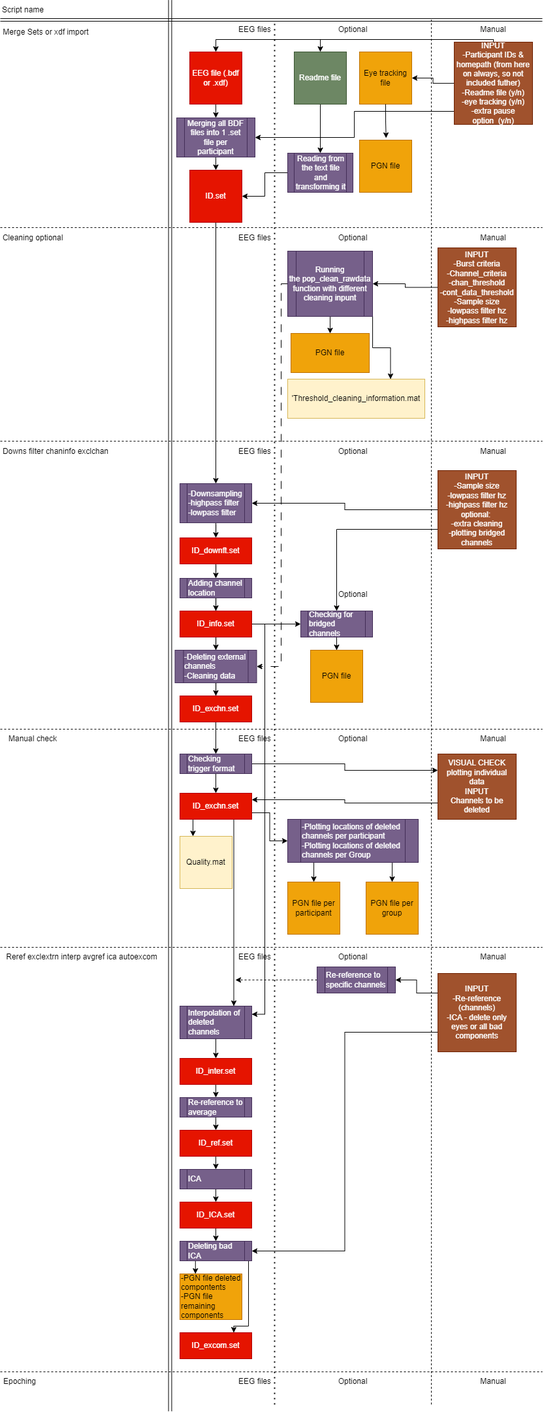
This is images/Procesflow.png from DouweHorsthuis/EEG_to_ERP_pipeline_stats_R, a draw.io export, as it was before one commit. Source tidied: cells renumbered, new cells last; positions are measured from the earlier drawing's top-left corner, leaving out a move shared by most shapes.
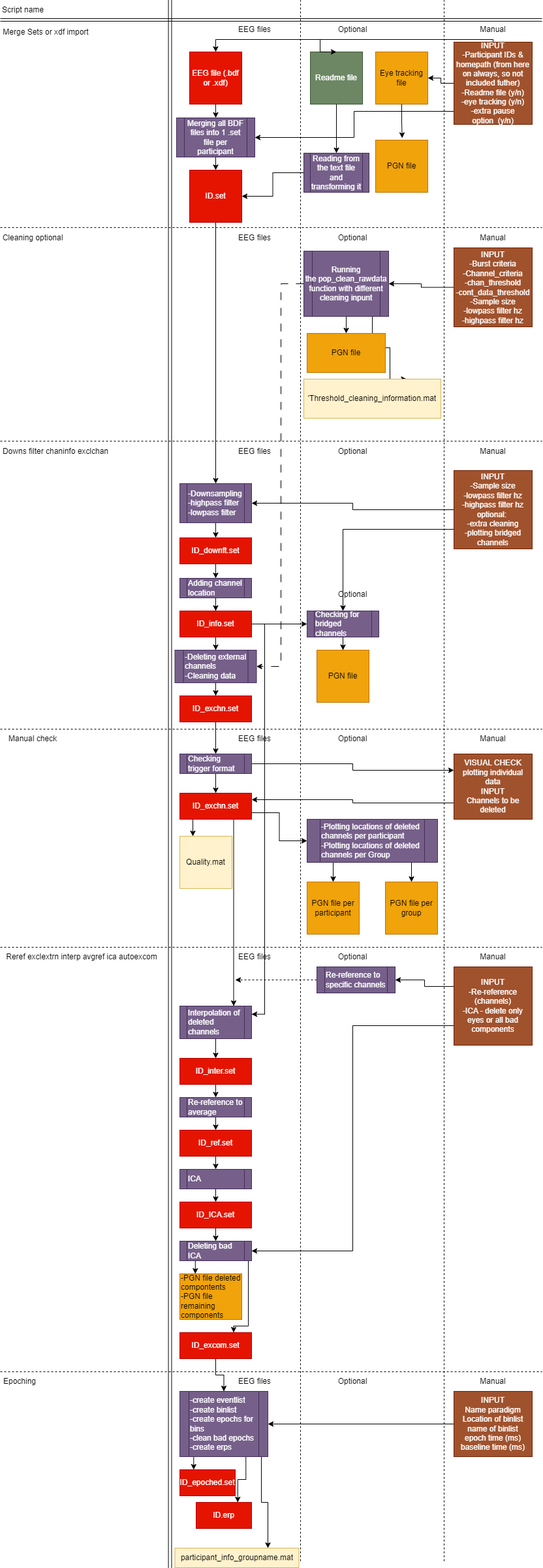
After the change.

Commit message:
ERP process full flow

The edit, as a diff of the source:
```diff
@@ -6,7 +6,7 @@
       <mxGeometry relative="1" as="geometry" />
     </mxCell>
     <mxCell id="3" value="Readme file" style="whiteSpace=wrap;html=1;fillColor=#6d8764;strokeColor=#3A5431;fontColor=#ffffff;" parent="1" vertex="1">
-      <mxGeometry x="450" y="79" width="80" height="80" as="geometry" />
+      <mxGeometry x="475" y="79" width="80" height="80" as="geometry" />
     </mxCell>
     <mxCell id="4" style="edgeStyle=orthogonalEdgeStyle;rounded=0;jettySize=auto;html=1;exitX=0.5;exitY=1;exitDx=0;exitDy=0;entryX=0.5;entryY=0;entryDx=0;entryDy=0;" parent="1" edge="1" source="5" target="19">
       <mxGeometry relative="1" as="geometry" />
@@ -23,7 +23,7 @@
     <mxCell id="8" style="shape=link;html=1;rounded=0;width=4.857142857142858;" parent="1" edge="1">
       <mxGeometry relative="1" as="geometry">
         <mxPoint x="260" as="sourcePoint" />
-        <mxPoint x="260" y="2160" as="targetPoint" />
+        <mxPoint x="260" y="2400" as="targetPoint" />
       </mxGeometry>
     </mxCell>
     <mxCell id="9" style="shape=link;html=1;rounded=0;" parent="1" edge="1">
@@ -33,7 +33,7 @@
       </mxGeometry>
     </mxCell>
     <mxCell id="10" value="Eye tracking file" style="whiteSpace=wrap;html=1;fillColor=#f0a30a;fontColor=#000000;strokeColor=#BD7000;" parent="1" vertex="1">
-      <mxGeometry x="550" y="79" width="80" height="80" as="geometry" />
+      <mxGeometry x="575" y="79" width="80" height="80" as="geometry" />
     </mxCell>
     <mxCell id="11" value="Optional" style="text;html=1;align=center;verticalAlign=middle;whiteSpace=wrap;rounded=0;" parent="1" vertex="1">
       <mxGeometry x="510" y="30" width="60" height="30" as="geometry" />
@@ -45,7 +45,7 @@
       <mxGeometry x="290" y="260" width="80" height="80" as="geometry" />
     </mxCell>
     <mxCell id="14" value="PGN file" style="whiteSpace=wrap;html=1;fillColor=#f0a30a;fontColor=#000000;strokeColor=#BD7000;" parent="1" vertex="1">
-      <mxGeometry x="550" y="214" width="80" height="80" as="geometry" />
+      <mxGeometry x="575" y="214" width="80" height="80" as="geometry" />
     </mxCell>
     <mxCell id="15" style="edgeStyle=orthogonalEdgeStyle;rounded=0;jettySize=auto;html=1;exitX=0.5;exitY=1;exitDx=0;exitDy=0;entryX=0.509;entryY=-0.039;entryDx=0;entryDy=0;entryPerimeter=0;" parent="1" edge="1" source="10" target="14">
       <mxGeometry relative="1" as="geometry" />
@@ -69,14 +69,8 @@
       <mxGeometry relative="1" as="geometry" />
     </mxCell>
     <mxCell id="21" value="&lt;div&gt;Reading from the text file and transforming it&lt;/div&gt;" style="shape=process;whiteSpace=wrap;html=1;backgroundOutline=1;fillColor=#76608a;fontColor=#ffffff;strokeColor=#432D57;" parent="1" vertex="1">
-      <mxGeometry x="440" y="234" width="100" height="60" as="geometry" />
+      <mxGeometry x="465" y="234" width="100" height="60" as="geometry" />
     </mxCell>
-    <mxCell id="22" style="endArrow=none;dashed=1;html=1;dashPattern=1 3;strokeWidth=2;rounded=0;" parent="1" edge="1">
-      <mxGeometry relative="1" as="geometry">
-        <mxPoint x="420" y="2150" as="sourcePoint" />
-        <mxPoint x="420" y="30" as="targetPoint" />
-      </mxGeometry>
-    </mxCell>
     <mxCell id="23" style="edgeStyle=orthogonalEdgeStyle;rounded=0;jettySize=auto;html=1;entryX=0.5;entryY=0;entryDx=0;entryDy=0;" parent="1" edge="1" source="24" target="26">
       <mxGeometry relative="1" as="geometry" />
     </mxCell>
@@ -96,7 +90,7 @@
       <mxGeometry relative="1" as="geometry" />
     </mxCell>
     <mxCell id="29" value="INPUT&lt;br&gt;-Sample size&lt;br&gt;-lowpass filter hz&lt;br&gt;-highpass filter hz&lt;br&gt;optional:&amp;nbsp;&lt;br&gt;-extra cleaning&lt;br&gt;-plotting bridged channels" style="rounded=0;whiteSpace=wrap;html=1;fillColor=#a0522d;fontColor=#ffffff;strokeColor=#6D1F00;" parent="1" vertex="1">
-      <mxGeometry x="670" y="720" width="120" height="120" as="geometry" />
+      <mxGeometry x="695" y="720" width="120" height="120" as="geometry" />
     </mxCell>
     <mxCell id="30" style="edgeStyle=orthogonalEdgeStyle;rounded=0;jettySize=auto;html=1;entryX=0.5;entryY=0;entryDx=0;entryDy=0;" parent="1" edge="1" source="31" target="35">
       <mxGeometry relative="1" as="geometry" />
@@ -125,19 +119,19 @@
       <mxGeometry relative="1" as="geometry" />
     </mxCell>
     <mxCell id="37" value="Checking for bridged channels" style="shape=process;whiteSpace=wrap;html=1;backgroundOutline=1;fillColor=#76608a;fontColor=#ffffff;strokeColor=#432D57;align=left;" parent="1" vertex="1">
-      <mxGeometry x="460" y="935" width="110" height="40" as="geometry" />
+      <mxGeometry x="470" y="935" width="110" height="40" as="geometry" />
     </mxCell>
     <mxCell id="38" value="Optional" style="text;html=1;align=center;verticalAlign=middle;whiteSpace=wrap;rounded=0;" parent="1" vertex="1">
       <mxGeometry x="510" y="895" width="60" height="30" as="geometry" />
     </mxCell>
     <mxCell id="39" style="endArrow=none;dashed=1;html=1;rounded=0;" parent="1" edge="1">
       <mxGeometry relative="1" as="geometry">
-        <mxPoint x="660" y="2150" as="sourcePoint" />
-        <mxPoint x="660" y="30" as="targetPoint" />
+        <mxPoint x="680" y="2390" as="sourcePoint" />
+        <mxPoint x="680" as="targetPoint" />
       </mxGeometry>
     </mxCell>
     <mxCell id="40" value="PGN file" style="whiteSpace=wrap;html=1;fillColor=#f0a30a;fontColor=#000000;strokeColor=#BD7000;" parent="1" vertex="1">
-      <mxGeometry x="475" y="995" width="80" height="80" as="geometry" />
+      <mxGeometry x="485" y="995" width="80" height="80" as="geometry" />
     </mxCell>
     <mxCell id="41" style="edgeStyle=orthogonalEdgeStyle;rounded=0;jettySize=auto;html=1;entryX=0.5;entryY=0;entryDx=0;entryDy=0;" parent="1" edge="1" source="42" target="44">
       <mxGeometry relative="1" as="geometry" />
@@ -181,13 +175,13 @@
       </mxGeometry>
     </mxCell>
     <mxCell id="50" value="Running the&amp;nbsp;pop_clean_rawdata function with different cleaning inpunt" style="shape=process;whiteSpace=wrap;html=1;backgroundOutline=1;fillColor=#76608a;fontColor=#ffffff;strokeColor=#432D57;" parent="1" vertex="1">
-      <mxGeometry x="440" y="384" width="130" height="100" as="geometry" />
+      <mxGeometry x="465" y="384" width="130" height="100" as="geometry" />
     </mxCell>
     <mxCell id="51" style="edgeStyle=orthogonalEdgeStyle;rounded=0;jettySize=auto;html=1;entryX=1;entryY=0.5;entryDx=0;entryDy=0;" parent="1" edge="1" source="52" target="50">
       <mxGeometry relative="1" as="geometry" />
     </mxCell>
     <mxCell id="52" value="INPUT&lt;br&gt;-Burst criteria&lt;br&gt;-Channel_criteria&lt;br&gt;-chan_threshold&lt;br&gt;-cont_data_threshold&lt;br&gt;-Sample size&lt;br style=&quot;border-color: var(--border-color);&quot;&gt;-lowpass filter hz&lt;br style=&quot;border-color: var(--border-color);&quot;&gt;-highpass filter hz" style="rounded=0;whiteSpace=wrap;html=1;fillColor=#a0522d;fontColor=#ffffff;strokeColor=#6D1F00;" parent="1" vertex="1">
-      <mxGeometry x="670" y="379" width="120" height="121" as="geometry" />
+      <mxGeometry x="695" y="379" width="120" height="121" as="geometry" />
     </mxCell>
     <mxCell id="53" style="endArrow=none;dashed=1;html=1;rounded=0;" parent="1" edge="1">
       <mxGeometry relative="1" as="geometry">
@@ -250,10 +244,10 @@
       <mxGeometry x="360" y="676" width="60" height="30" as="geometry" />
     </mxCell>
     <mxCell id="67" value="'Threshold_cleaning_information.mat" style="rounded=0;whiteSpace=wrap;html=1;fillColor=#fff2cc;strokeColor=#d6b656;" parent="1" vertex="1">
-      <mxGeometry x="440" y="580" width="210" height="60" as="geometry" />
+      <mxGeometry x="465" y="580" width="210" height="60" as="geometry" />
     </mxCell>
     <mxCell id="68" value="PGN file" style="rounded=0;whiteSpace=wrap;html=1;fillColor=#f0a30a;strokeColor=#BD7000;fontColor=#000000;" parent="1" vertex="1">
-      <mxGeometry x="445" y="510" width="120" height="60" as="geometry" />
+      <mxGeometry x="470" y="510" width="120" height="60" as="geometry" />
     </mxCell>
     <mxCell id="69" value="&lt;a href=&quot;https://github.com/DouweHorsthuis/EEG_to_ERP_pipeline_stats_R/wiki/C_manual_check&quot;&gt;Manual check&lt;/a&gt;" style="text;html=1;align=center;verticalAlign=middle;whiteSpace=wrap;rounded=0;" parent="1" vertex="1">
       <mxGeometry y="1116" width="100" height="30" as="geometry" />
@@ -271,7 +265,7 @@
       <mxGeometry relative="1" as="geometry" />
     </mxCell>
     <mxCell id="74" value="VISUAL CHECK&lt;br&gt;plotting individual data&lt;br&gt;INPUT&lt;br&gt;Channels to be deleted" style="rounded=0;whiteSpace=wrap;html=1;fillColor=#a0522d;fontColor=#ffffff;strokeColor=#6D1F00;" parent="1" vertex="1">
-      <mxGeometry x="670" y="1154" width="120" height="100" as="geometry" />
+      <mxGeometry x="695" y="1154" width="120" height="100" as="geometry" />
     </mxCell>
     <mxCell id="75" value="Optional" style="text;html=1;align=center;verticalAlign=middle;whiteSpace=wrap;rounded=0;" parent="1" vertex="1">
       <mxGeometry x="510" y="1116" width="60" height="30" as="geometry" />
@@ -301,16 +295,16 @@
       <mxGeometry relative="1" as="geometry" />
     </mxCell>
     <mxCell id="84" value="-Plotting locations of deleted channels per participant&lt;br&gt;-Plotting locations of deleted channels per Group" style="shape=process;whiteSpace=wrap;html=1;backgroundOutline=1;fillColor=#76608a;fontColor=#ffffff;strokeColor=#432D57;align=left;" parent="1" vertex="1">
-      <mxGeometry x="440" y="1254" width="200" height="66" as="geometry" />
+      <mxGeometry x="470" y="1254" width="200" height="66" as="geometry" />
     </mxCell>
     <mxCell id="85" value="Quality.mat" style="whiteSpace=wrap;html=1;fillColor=#fff2cc;strokeColor=#d6b656;" parent="1" vertex="1">
       <mxGeometry x="275" y="1280" width="80" height="80" as="geometry" />
     </mxCell>
     <mxCell id="86" value="PGN file per participant" style="whiteSpace=wrap;html=1;fillColor=#f0a30a;fontColor=#000000;strokeColor=#BD7000;" parent="1" vertex="1">
-      <mxGeometry x="440" y="1350" width="80" height="80" as="geometry" />
+      <mxGeometry x="470" y="1350" width="80" height="80" as="geometry" />
     </mxCell>
     <mxCell id="87" value="PGN file per group" style="whiteSpace=wrap;html=1;fillColor=#f0a30a;fontColor=#000000;strokeColor=#BD7000;" parent="1" vertex="1">
-      <mxGeometry x="560" y="1350" width="80" height="80" as="geometry" />
+      <mxGeometry x="590" y="1350" width="80" height="80" as="geometry" />
     </mxCell>
     <mxCell id="88" style="endArrow=none;dashed=1;html=1;rounded=0;" parent="1" edge="1">
       <mxGeometry relative="1" as="geometry">
@@ -345,7 +339,7 @@
       <mxGeometry relative="1" as="geometry" />
     </mxCell>
     <mxCell id="97" value="INPUT&lt;br&gt;-Re-reference (channels)&lt;br&gt;-ICA - delete only eyes or all bad components" style="rounded=0;whiteSpace=wrap;html=1;fillColor=#a0522d;fontColor=#ffffff;strokeColor=#6D1F00;" parent="1" vertex="1">
-      <mxGeometry x="670" y="1490" width="120" height="120" as="geometry" />
+      <mxGeometry x="695" y="1480" width="120" height="120" as="geometry" />
     </mxCell>
     <mxCell id="98" style="edgeStyle=orthogonalEdgeStyle;rounded=0;jettySize=auto;html=1;exitX=0.5;exitY=1;exitDx=0;exitDy=0;entryX=0.5;entryY=0;entryDx=0;entryDy=0;" parent="1" edge="1" source="99" target="101">
       <mxGeometry relative="1" as="geometry" />
@@ -400,6 +394,9 @@
     <mxCell id="113" value="-PGN file deleted compontents&lt;br&gt;-PGN file remaining components" style="whiteSpace=wrap;html=1;fillColor=#f0a30a;fontColor=#000000;strokeColor=#BD7000;align=left;" parent="1" vertex="1">
       <mxGeometry x="275" y="1950" width="95" height="70" as="geometry" />
     </mxCell>
+    <mxCell id="120" style="edgeStyle=orthogonalEdgeStyle;rounded=0;jettySize=auto;html=1;entryX=0.5;entryY=0;entryDx=0;entryDy=0;" parent="1" edge="1" source="114" target="127">
+      <mxGeometry relative="1" as="geometry" />
+    </mxCell>
     <mxCell id="114" value="ID_excom.set" style="whiteSpace=wrap;html=1;fillColor=#e51400;fontColor=#ffffff;strokeColor=#B20000;" parent="1" vertex="1">
       <mxGeometry x="275" y="2040" width="110" height="40" as="geometry" />
     </mxCell>
@@ -421,5 +418,44 @@
     <mxCell id="119" value="EEG files" style="text;html=1;align=center;verticalAlign=middle;whiteSpace=wrap;rounded=0;" parent="1" vertex="1">
       <mxGeometry x="360" y="2100" width="60" height="30" as="geometry" />
     </mxCell>
+    <mxCell id="121" style="endArrow=none;dashed=1;html=1;rounded=0;" parent="1" edge="1">
+      <mxGeometry relative="1" as="geometry">
+        <mxPoint x="460" y="2390" as="sourcePoint" />
+        <mxPoint x="460" as="targetPoint" />
+      </mxGeometry>
+    </mxCell>
+    <mxCell id="122" style="edgeStyle=orthogonalEdgeStyle;rounded=0;jettySize=auto;html=1;entryX=1;entryY=0.5;entryDx=0;entryDy=0;" parent="1" edge="1" source="123" target="127">
+      <mxGeometry relative="1" as="geometry" />
+    </mxCell>
+    <mxCell id="123" value="INPUT&lt;br&gt;Name paradigm&lt;br&gt;Location of binlist&lt;br&gt;name of binlist&lt;br&gt;epoch time (ms)&lt;br&gt;baseline time (ms)" style="rounded=0;whiteSpace=wrap;html=1;fillColor=#a0522d;fontColor=#ffffff;strokeColor=#6D1F00;" parent="1" vertex="1">
+      <mxGeometry x="695" y="2130" width="120" height="100" as="geometry" />
+    </mxCell>
+    <mxCell id="124" style="edgeStyle=orthogonalEdgeStyle;rounded=0;jettySize=auto;html=1;exitX=0.25;exitY=1;exitDx=0;exitDy=0;entryX=0.25;entryY=0;entryDx=0;entryDy=0;" parent="1" edge="1" source="127" target="128">
+      <mxGeometry relative="1" as="geometry" />
+    </mxCell>
+    <mxCell id="125" style="edgeStyle=orthogonalEdgeStyle;rounded=0;jettySize=auto;html=1;exitX=0.75;exitY=1;exitDx=0;exitDy=0;entryX=0.75;entryY=0;entryDx=0;entryDy=0;" parent="1" edge="1" source="127" target="129">
+      <mxGeometry relative="1" as="geometry" />
+    </mxCell>
+    <mxCell id="126" style="edgeStyle=orthogonalEdgeStyle;rounded=0;jettySize=auto;html=1;exitX=1;exitY=1;exitDx=0;exitDy=0;entryX=0.75;entryY=0;entryDx=0;entryDy=0;" parent="1" edge="1" source="127" target="130">
+      <mxGeometry relative="1" as="geometry">
+        <Array as="points">
+          <mxPoint x="400" y="2230" />
+          <mxPoint x="400" y="2300" />
+          <mxPoint x="410" y="2300" />
+        </Array>
+      </mxGeometry>
+    </mxCell>
+    <mxCell id="127" value="-create eventlist&lt;br&gt;-create binlist&lt;br&gt;-create epochs for bins&lt;br&gt;-clean bad epochs&lt;br&gt;-create erps&amp;nbsp;" style="shape=process;whiteSpace=wrap;html=1;backgroundOutline=1;fillColor=#76608a;fontColor=#ffffff;strokeColor=#432D57;align=left;" parent="1" vertex="1">
+      <mxGeometry x="275" y="2130" width="135" height="100" as="geometry" />
+    </mxCell>
+    <mxCell id="128" value="ID_epoched.set" style="whiteSpace=wrap;html=1;fillColor=#e51400;fontColor=#ffffff;strokeColor=#B20000;" parent="1" vertex="1">
+      <mxGeometry x="275" y="2250" width="85" height="40" as="geometry" />
+    </mxCell>
+    <mxCell id="129" value="ID.erp" style="whiteSpace=wrap;html=1;fillColor=#e51400;fontColor=#ffffff;strokeColor=#B20000;" parent="1" vertex="1">
+      <mxGeometry x="300" y="2300" width="85" height="40" as="geometry" />
+    </mxCell>
+    <mxCell id="130" value="participant_info_groupname.mat" style="whiteSpace=wrap;html=1;fillColor=#fff2cc;strokeColor=#d6b656;" parent="1" vertex="1">
+      <mxGeometry x="267.5" y="2370" width="190" height="30" as="geometry" />
+    </mxCell>
   </root>
 </mxGraphModel>
```
